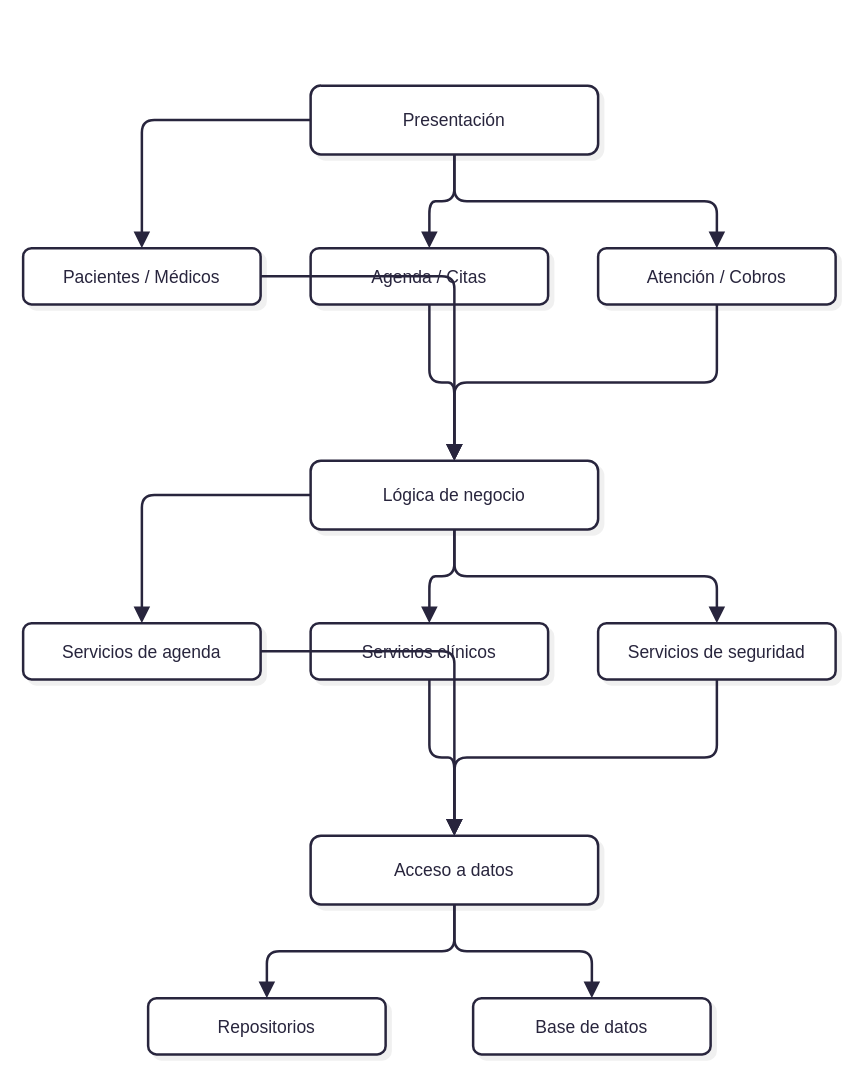
The draw.io diagram page "Vista de Desarrollo" (4 of 6) of modelo_4mas1_citas_medicas.drawio in jsiquem/proyecto-analisis-en-sistemas-2, before the edit. Source tidied: cells renumbered, new cells numbered last; positions are measured from the earlier drawing's top-left corner, leaving out a move shared by most shapes. Both pictures are drawn from the tidied source at 125%, with x=0, y=0 at pixel (22, 85).
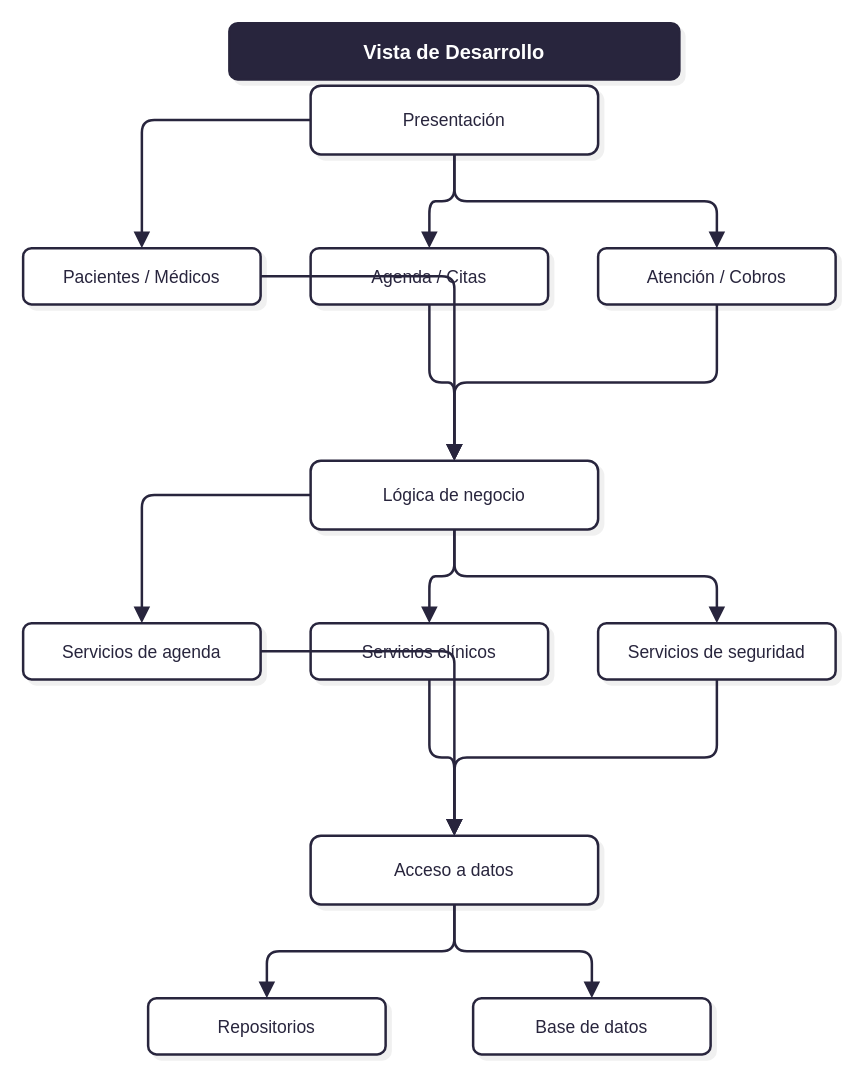
Above is the later version.

Diff of the diagram source:
```diff
@@
+    <mxCell id="27" value="Vista de Desarrollo" style="html=1;whiteSpace=wrap;strokeWidth=2;rounded=1;fillColor=#28253D;strokeColor=#28253D;fontColor=#FFFFFF;fontFamily=Recursive;fontSize=16;fontStyle=1;shadow=1;shadowColor=#000000;shadowOffsetX=4;shadowOffsetY=4;shadowBlur=0;shadowOpacity=6;" parent="1" vertex="1">
+      <mxGeometry x="165" y="-50" width="360" height="45" as="geometry" />
+    </mxCell>
```
